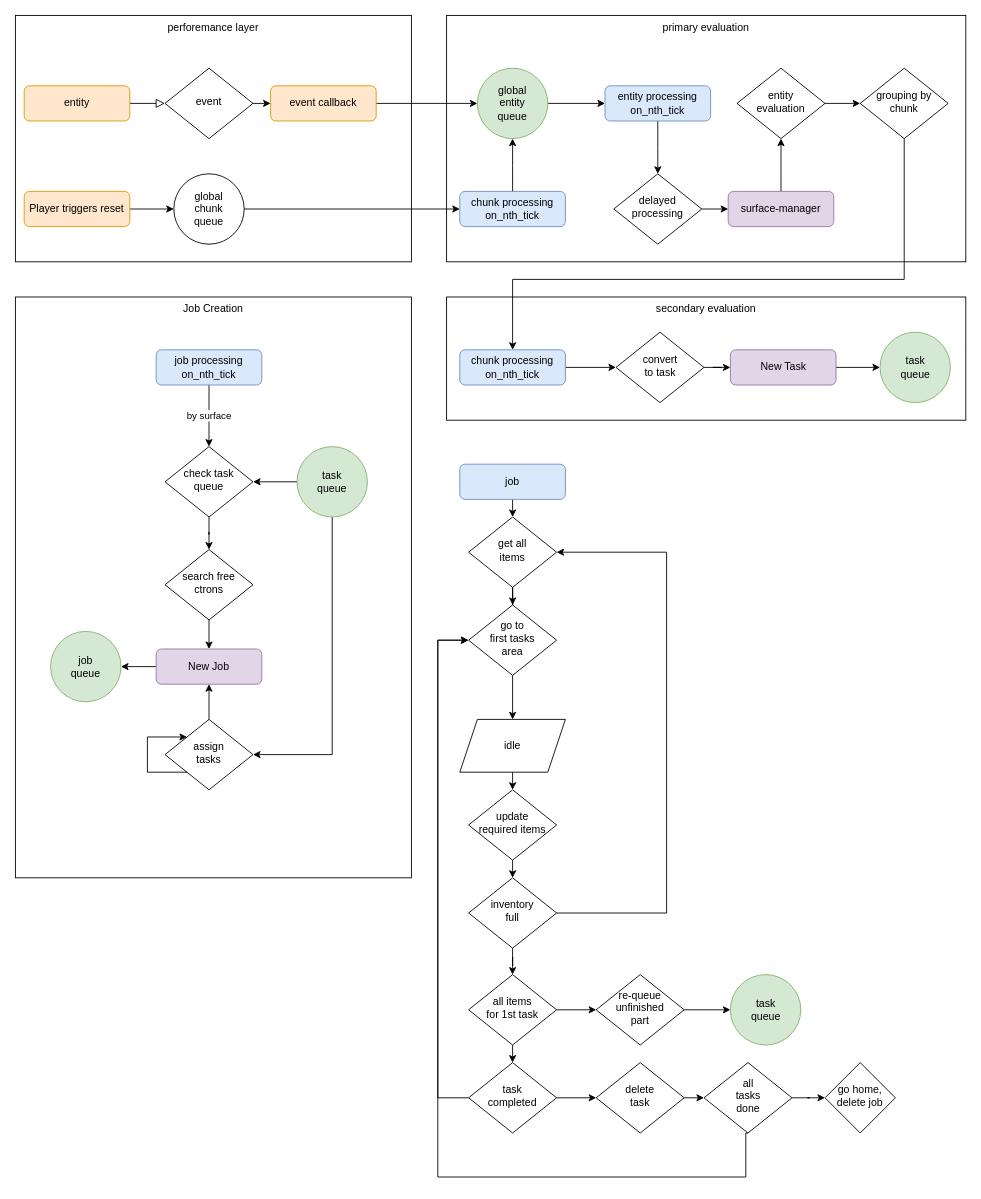
This is doc/data_flow.drawio from nicolas-lang/Constructron-2, a draw.io file, before an edit. Source tidied: cells renumbered, new cells numbered last; positions are measured from the earlier drawing's top-left corner, leaving out a move shared by most shapes. Both pictures are drawn from the tidied source at 88%, with x=0, y=0 at pixel (15, 15).
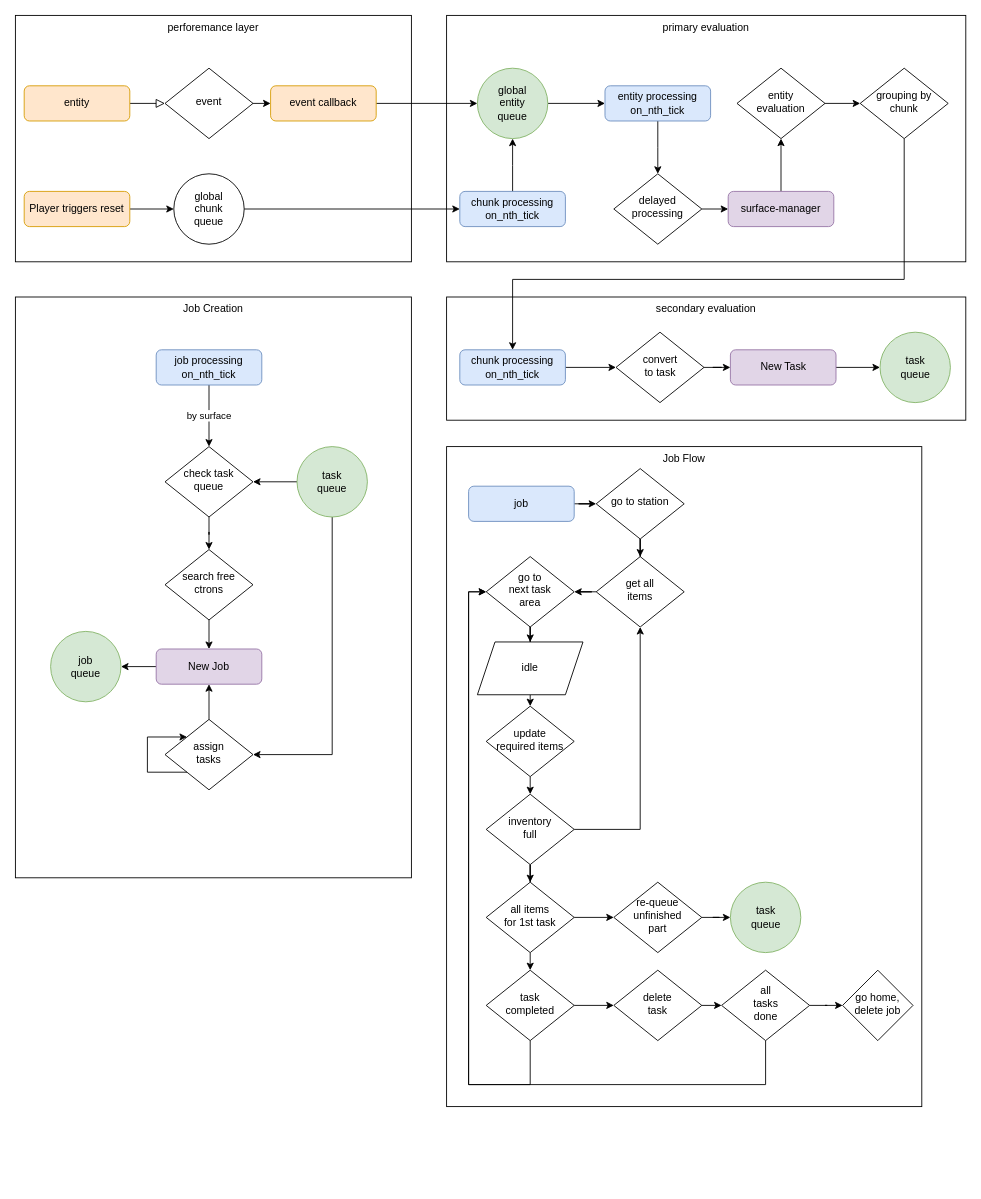
The same page after the edit.

The edit, as a diff of the source:
```diff
@@
+    <mxCell id="80" value="Job Flow" style="rounded=0;whiteSpace=wrap;html=1;verticalAlign=top;" parent="1" vertex="1">
+      <mxGeometry x="490" y="490" width="540" height="750" as="geometry" />
+    </mxCell>
@@
-    <mxCell id="52" style="edgeStyle=orthogonalEdgeStyle;rounded=0;jettySize=auto;html=1;exitX=0.5;exitY=1;exitDx=0;exitDy=0;entryX=0.5;entryY=0;entryDx=0;entryDy=0;" parent="1" edge="1" source="53" target="55">
-      <mxGeometry relative="1" as="geometry" />
-    </mxCell>
+    <mxCell id="81" style="edgeStyle=orthogonalEdgeStyle;rounded=0;jettySize=auto;html=1;" parent="1" edge="1" source="53" target="84">
+      <mxGeometry relative="1" as="geometry" />
+    </mxCell>
     <mxCell id="53" value="job" style="rounded=1;whiteSpace=wrap;html=1;fontSize=12;glass=0;strokeWidth=1;shadow=0;fillColor=#dae8fc;strokeColor=#6c8ebf;" parent="1" vertex="1">
-      <mxGeometry x="505" y="510" width="120" height="40" as="geometry" />
+      <mxGeometry x="515" y="535" width="120" height="40" as="geometry" />
     </mxCell>
-    <mxCell id="54" style="edgeStyle=orthogonalEdgeStyle;rounded=0;jettySize=auto;html=1;exitX=0.5;exitY=1;exitDx=0;exitDy=0;" parent="1" edge="1" source="55" target="57">
+    <mxCell id="54" style="edgeStyle=orthogonalEdgeStyle;rounded=0;jettySize=auto;html=1;exitX=0;exitY=0.5;exitDx=0;exitDy=0;" parent="1" edge="1" source="55" target="57">
       <mxGeometry relative="1" as="geometry" />
     </mxCell>
     <mxCell id="55" value="&lt;span&gt;get all&lt;br&gt;items&lt;br&gt;&lt;/span&gt;" style="rhombus;whiteSpace=wrap;html=1;shadow=0;fontFamily=Helvetica;fontSize=12;align=center;strokeWidth=1;spacing=6;spacingTop=-4;" parent="1" vertex="1">
-      <mxGeometry x="515" y="570" width="100" height="80" as="geometry" />
+      <mxGeometry x="660" y="615" width="100" height="80" as="geometry" />
     </mxCell>
@@
-    <mxCell id="57" value="&lt;span&gt;go to &lt;br&gt;first tasks&lt;br&gt;area&lt;br&gt;&lt;/span&gt;" style="rhombus;whiteSpace=wrap;html=1;shadow=0;fontFamily=Helvetica;fontSize=12;align=center;strokeWidth=1;spacing=6;spacingTop=-4;" parent="1" vertex="1">
-      <mxGeometry x="515" y="670" width="100" height="80" as="geometry" />
+    <mxCell id="57" value="&lt;span&gt;go to &lt;br&gt;next task&lt;br&gt;area&lt;br&gt;&lt;/span&gt;" style="rhombus;whiteSpace=wrap;html=1;shadow=0;fontFamily=Helvetica;fontSize=12;align=center;strokeWidth=1;spacing=6;spacingTop=-4;" parent="1" vertex="1">
+      <mxGeometry x="535" y="615" width="100" height="80" as="geometry" />
     </mxCell>
@@
-    <mxCell id="59" style="edgeStyle=orthogonalEdgeStyle;rounded=0;jettySize=auto;html=1;exitX=1;exitY=0.5;exitDx=0;exitDy=0;entryX=1;entryY=0.5;entryDx=0;entryDy=0;" parent="1" edge="1" source="60" target="55">
-      <mxGeometry relative="1" as="geometry">
-        <Array as="points">
-          <mxPoint x="740" y="1020" />
-          <mxPoint x="740" y="610" />
-        </Array>
-      </mxGeometry>
+    <mxCell id="59" style="edgeStyle=orthogonalEdgeStyle;rounded=0;jettySize=auto;html=1;exitX=1;exitY=0.5;exitDx=0;exitDy=0;entryX=0.5;entryY=1;entryDx=0;entryDy=0;" parent="1" edge="1" source="60" target="55">
+      <mxGeometry relative="1" as="geometry" />
     </mxCell>
     <mxCell id="60" value="&lt;span&gt;inventory&lt;br&gt;full&lt;br&gt;&lt;/span&gt;" style="rhombus;whiteSpace=wrap;html=1;shadow=0;fontFamily=Helvetica;fontSize=12;align=center;strokeWidth=1;spacing=6;spacingTop=-4;" parent="1" vertex="1">
-      <mxGeometry x="515" y="980" width="100" height="80" as="geometry" />
+      <mxGeometry x="535" y="885" width="100" height="80" as="geometry" />
     </mxCell>
@@
     <mxCell id="63" value="&lt;span&gt;all items&lt;br&gt;for 1st task&lt;br&gt;&lt;/span&gt;" style="rhombus;whiteSpace=wrap;html=1;shadow=0;fontFamily=Helvetica;fontSize=12;align=center;strokeWidth=1;spacing=6;spacingTop=-4;" parent="1" vertex="1">
-      <mxGeometry x="515" y="1090" width="100" height="80" as="geometry" />
+      <mxGeometry x="535" y="985" width="100" height="80" as="geometry" />
     </mxCell>
@@
     <mxCell id="65" value="idle" style="shape=parallelogram;perimeter=parallelogramPerimeter;whiteSpace=wrap;html=1;fixedSize=1;rounded=0;" parent="1" vertex="1">
-      <mxGeometry x="505" y="800" width="120" height="60" as="geometry" />
+      <mxGeometry x="525" y="712" width="120" height="60" as="geometry" />
     </mxCell>
@@
     <mxCell id="67" value="&lt;span&gt;re-queue&lt;br&gt;unfinished&lt;br&gt;part&lt;br&gt;&lt;/span&gt;" style="rhombus;whiteSpace=wrap;html=1;shadow=0;fontFamily=Helvetica;fontSize=12;align=center;strokeWidth=1;spacing=6;spacingTop=-4;" parent="1" vertex="1">
-      <mxGeometry x="660" y="1090" width="100" height="80" as="geometry" />
+      <mxGeometry x="680" y="985" width="100" height="80" as="geometry" />
     </mxCell>
@@
     <mxCell id="69" value="&lt;span&gt;update&lt;br&gt;required items&lt;br&gt;&lt;/span&gt;" style="rhombus;whiteSpace=wrap;html=1;shadow=0;fontFamily=Helvetica;fontSize=12;align=center;strokeWidth=1;spacing=6;spacingTop=-4;" parent="1" vertex="1">
-      <mxGeometry x="515" y="880" width="100" height="80" as="geometry" />
+      <mxGeometry x="535" y="785" width="100" height="80" as="geometry" />
     </mxCell>
     <mxCell id="70" value="&lt;span&gt;task&lt;/span&gt;&lt;br&gt;&lt;span&gt;queue&lt;/span&gt;" style="ellipse;whiteSpace=wrap;html=1;rounded=0;fillColor=#d5e8d4;strokeColor=#82b366;" parent="1" vertex="1">
-      <mxGeometry x="812.5" y="1090" width="80" height="80" as="geometry" />
+      <mxGeometry x="812.5" y="985" width="80" height="80" as="geometry" />
     </mxCell>
@@
     <mxCell id="72" style="edgeStyle=orthogonalEdgeStyle;rounded=0;jettySize=auto;html=1;exitX=0.5;exitY=1;exitDx=0;exitDy=0;entryX=0;entryY=0.5;entryDx=0;entryDy=0;" parent="1" edge="1" source="78" target="57">
       <mxGeometry relative="1" as="geometry">
         <Array as="points">
-          <mxPoint x="830" y="1270" />
-          <mxPoint x="830" y="1320" />
-          <mxPoint x="480" y="1320" />
-          <mxPoint x="480" y="710" />
+          <mxPoint x="853" y="1215" />
+          <mxPoint x="515" y="1215" />
+          <mxPoint x="515" y="655" />
         </Array>
       </mxGeometry>
     </mxCell>
-    <mxCell id="73" style="edgeStyle=orthogonalEdgeStyle;rounded=0;jettySize=auto;html=1;exitX=0;exitY=0.5;exitDx=0;exitDy=0;" parent="1" edge="1" source="74">
-      <mxGeometry relative="1" as="geometry">
-        <mxPoint x="514.6" y="710" as="targetPoint" />
-        <Array as="points">
-          <mxPoint x="480" y="1230" />
-          <mxPoint x="480" y="710" />
-        </Array>
-      </mxGeometry>
-    </mxCell>
+    <mxCell id="82" style="edgeStyle=orthogonalEdgeStyle;rounded=0;jettySize=auto;html=1;exitX=0.5;exitY=1;exitDx=0;exitDy=0;entryX=0;entryY=0.5;entryDx=0;entryDy=0;" parent="1" edge="1" source="74" target="57">
+      <mxGeometry relative="1" as="geometry">
+        <Array as="points">
+          <mxPoint x="585" y="1215" />
+          <mxPoint x="515" y="1215" />
+          <mxPoint x="515" y="655" />
+        </Array>
+      </mxGeometry>
+    </mxCell>
     <mxCell id="74" value="&lt;span&gt;task&lt;br&gt;completed&lt;br&gt;&lt;/span&gt;" style="rhombus;whiteSpace=wrap;html=1;shadow=0;fontFamily=Helvetica;fontSize=12;align=center;strokeWidth=1;spacing=6;spacingTop=-4;" parent="1" vertex="1">
-      <mxGeometry x="515" y="1190" width="100" height="80" as="geometry" />
+      <mxGeometry x="535" y="1085" width="100" height="80" as="geometry" />
     </mxCell>
@@
     <mxCell id="76" value="&lt;span&gt;delete&lt;br&gt;task&lt;br&gt;&lt;/span&gt;" style="rhombus;whiteSpace=wrap;html=1;shadow=0;fontFamily=Helvetica;fontSize=12;align=center;strokeWidth=1;spacing=6;spacingTop=-4;" parent="1" vertex="1">
-      <mxGeometry x="660" y="1190" width="100" height="80" as="geometry" />
+      <mxGeometry x="680" y="1085" width="100" height="80" as="geometry" />
     </mxCell>
@@
     <mxCell id="78" value="&lt;span&gt;all&lt;br&gt;tasks&lt;br&gt;done&lt;br&gt;&lt;/span&gt;" style="rhombus;whiteSpace=wrap;html=1;shadow=0;fontFamily=Helvetica;fontSize=12;align=center;strokeWidth=1;spacing=6;spacingTop=-4;" parent="1" vertex="1">
-      <mxGeometry x="782.5" y="1190" width="100" height="80" as="geometry" />
+      <mxGeometry x="802.5" y="1085" width="100" height="80" as="geometry" />
     </mxCell>
     <mxCell id="79" value="go home,&lt;br&gt;delete job" style="rhombus;whiteSpace=wrap;html=1;shadow=0;strokeWidth=1;spacing=6;spacingTop=-4;" parent="1" vertex="1">
-      <mxGeometry x="920" y="1190" width="80" height="80" as="geometry" />
+      <mxGeometry x="940" y="1085" width="80" height="80" as="geometry" />
     </mxCell>
+    <mxCell id="83" style="edgeStyle=orthogonalEdgeStyle;rounded=0;jettySize=auto;html=1;" parent="1" edge="1" source="84" target="55">
+      <mxGeometry relative="1" as="geometry" />
+    </mxCell>
+    <mxCell id="84" value="&lt;span&gt;go to station&lt;br&gt;&lt;/span&gt;" style="rhombus;whiteSpace=wrap;html=1;shadow=0;fontFamily=Helvetica;fontSize=12;align=center;strokeWidth=1;spacing=6;spacingTop=-4;" parent="1" vertex="1">
+      <mxGeometry x="660" y="515" width="100" height="80" as="geometry" />
+    </mxCell>
```
